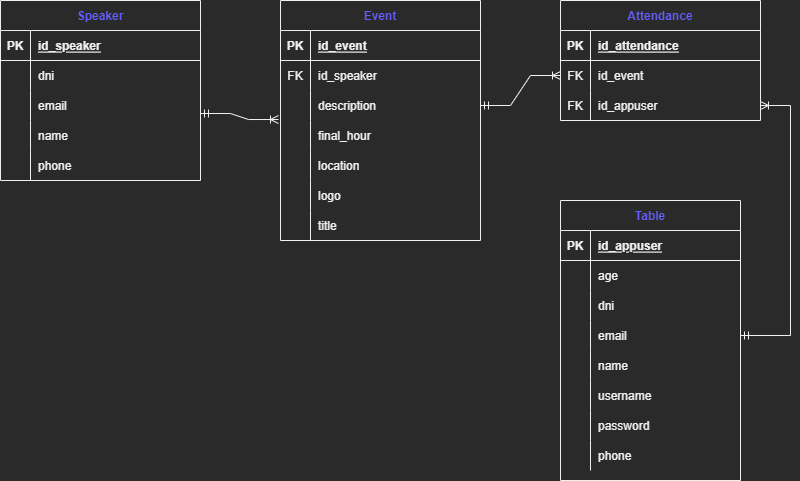
This is Otros/DB/Diagrama relacional.drawio.png from JuanAlbertoTrujilloCarballo/ProyectoIndividual, a draw.io export, as it was before one commit. Source tidied: cells renumbered, new cells last; positions are measured from the earlier drawing's top-left corner, leaving out a move shared by most shapes.
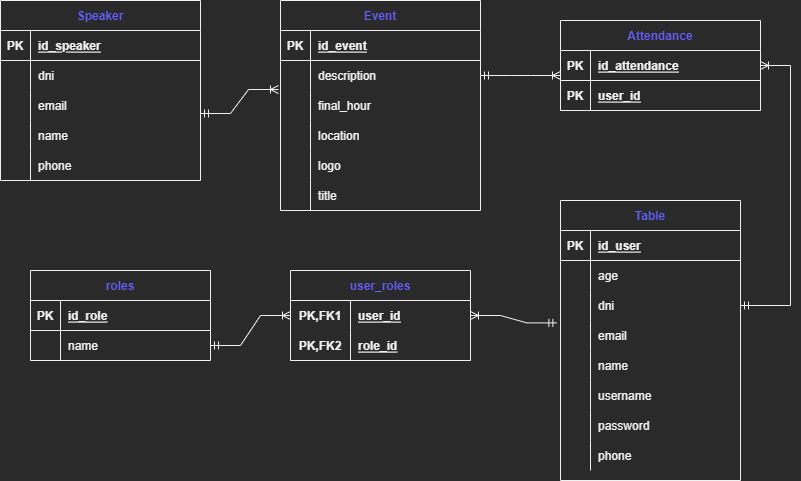
Later version of the same file.

Diff of the diagram source:
```diff
@@ -51,7 +51,7 @@
       <mxGeometry x="30" width="170" height="30" as="geometry" />
     </mxCell>
     <mxCell id="18" value="Event" style="shape=table;startSize=30;rowLines=0;fontStyle=1;align=center;fontColor=#645EFF;" parent="1" vertex="1">
-      <mxGeometry x="280" width="200" height="240" as="geometry" />
+      <mxGeometry x="280" width="200" height="210" as="geometry" />
     </mxCell>
     <mxCell id="19" style="shape=tableRow;horizontal=0;startSize=0;swimlaneHead=0;swimlaneBody=0;fillColor=none;top=0;left=0;right=0;bottom=1;fontColor=#F0F0F0;" parent="18" vertex="1">
       <mxGeometry y="30" width="200" height="30" as="geometry" />
@@ -62,17 +62,8 @@
     <mxCell id="21" value="id_event" style="shape=partialRectangle;fillColor=none;top=0;left=0;bottom=0;right=0;align=left;spacingLeft=6;fontStyle=5;overflow=hidden;fontColor=#F0F0F0;" parent="19" vertex="1">
       <mxGeometry x="30" width="170" height="30" as="geometry" />
     </mxCell>
-    <mxCell id="22" style="shape=tableRow;horizontal=0;startSize=0;swimlaneHead=0;swimlaneBody=0;fillColor=none;top=0;left=0;right=0;bottom=0;fontColor=#F0F0F0;" parent="18" vertex="1">
-      <mxGeometry y="60" width="200" height="30" as="geometry" />
-    </mxCell>
-    <mxCell id="23" value="FK" style="shape=partialRectangle;fillColor=none;top=0;left=0;bottom=0;right=0;fontStyle=0;overflow=hidden;fontColor=#F0F0F0;" parent="22" vertex="1">
-      <mxGeometry width="30" height="30" as="geometry" />
-    </mxCell>
-    <mxCell id="24" value="id_speaker" style="shape=partialRectangle;fillColor=none;top=0;left=0;bottom=0;right=0;align=left;spacingLeft=6;fontStyle=0;overflow=hidden;fontColor=#F0F0F0;" parent="22" vertex="1">
-      <mxGeometry x="30" width="170" height="30" as="geometry" />
-    </mxCell>
     <mxCell id="25" style="shape=tableRow;horizontal=0;startSize=0;swimlaneHead=0;swimlaneBody=0;fillColor=none;points=[[0,0.5],[1,0.5]];portConstraint=eastwest;top=0;left=0;right=0;bottom=0;fontColor=#F0F0F0;" parent="18" vertex="1">
-      <mxGeometry y="90" width="200" height="30" as="geometry" />
+      <mxGeometry y="60" width="200" height="30" as="geometry" />
     </mxCell>
     <mxCell id="26" style="shape=partialRectangle;fillColor=none;top=0;left=0;bottom=0;right=0;overflow=hidden;fontColor=#F0F0F0;" parent="25" vertex="1">
       <mxGeometry width="30" height="30" as="geometry" />
@@ -81,7 +72,7 @@
       <mxGeometry x="30" width="170" height="30" as="geometry" />
     </mxCell>
     <mxCell id="28" style="shape=tableRow;horizontal=0;startSize=0;swimlaneHead=0;swimlaneBody=0;fillColor=none;points=[[0,0.5],[1,0.5]];portConstraint=eastwest;top=0;left=0;right=0;bottom=0;fontColor=#F0F0F0;" parent="18" vertex="1">
-      <mxGeometry y="120" width="200" height="30" as="geometry" />
+      <mxGeometry y="90" width="200" height="30" as="geometry" />
     </mxCell>
     <mxCell id="29" style="shape=partialRectangle;fillColor=none;top=0;left=0;bottom=0;right=0;overflow=hidden;fontColor=#F0F0F0;" parent="28" vertex="1">
       <mxGeometry width="30" height="30" as="geometry" />
@@ -90,7 +81,7 @@
       <mxGeometry x="30" width="170" height="30" as="geometry" />
     </mxCell>
     <mxCell id="31" style="shape=tableRow;horizontal=0;startSize=0;swimlaneHead=0;swimlaneBody=0;fillColor=none;top=0;left=0;right=0;bottom=0;fontColor=#F0F0F0;" parent="18" vertex="1">
-      <mxGeometry y="150" width="200" height="30" as="geometry" />
+      <mxGeometry y="120" width="200" height="30" as="geometry" />
     </mxCell>
     <mxCell id="32" style="shape=partialRectangle;fillColor=none;top=0;left=0;bottom=0;right=0;overflow=hidden;fontColor=#F0F0F0;" parent="31" vertex="1">
       <mxGeometry width="30" height="30" as="geometry" />
@@ -99,7 +90,7 @@
       <mxGeometry x="30" width="170" height="30" as="geometry" />
     </mxCell>
     <mxCell id="34" style="shape=tableRow;horizontal=0;startSize=0;swimlaneHead=0;swimlaneBody=0;fillColor=none;top=0;left=0;right=0;bottom=0;fontColor=#F0F0F0;" parent="18" vertex="1">
-      <mxGeometry y="180" width="200" height="30" as="geometry" />
+      <mxGeometry y="150" width="200" height="30" as="geometry" />
     </mxCell>
     <mxCell id="35" style="shape=partialRectangle;fillColor=none;top=0;left=0;bottom=0;right=0;overflow=hidden;fontColor=#F0F0F0;" parent="34" vertex="1">
       <mxGeometry width="30" height="30" as="geometry" />
@@ -108,7 +99,7 @@
       <mxGeometry x="30" width="170" height="30" as="geometry" />
     </mxCell>
     <mxCell id="37" style="shape=tableRow;horizontal=0;startSize=0;swimlaneHead=0;swimlaneBody=0;fillColor=none;top=0;left=0;right=0;bottom=0;fontColor=#F0F0F0;" parent="18" vertex="1">
-      <mxGeometry y="210" width="200" height="30" as="geometry" />
+      <mxGeometry y="180" width="200" height="30" as="geometry" />
     </mxCell>
     <mxCell id="38" style="shape=partialRectangle;fillColor=none;top=0;left=0;bottom=0;right=0;overflow=hidden;fontColor=#F0F0F0;" parent="37" vertex="1">
       <mxGeometry width="30" height="30" as="geometry" />
@@ -117,7 +108,7 @@
       <mxGeometry x="30" width="170" height="30" as="geometry" />
     </mxCell>
     <mxCell id="40" value="Attendance" style="shape=table;startSize=30;rowLines=0;fontStyle=1;align=center;fontColor=#645EFF;" parent="1" vertex="1">
-      <mxGeometry x="560" width="200" height="120" as="geometry" />
+      <mxGeometry x="560" y="20" width="200" height="90" as="geometry" />
     </mxCell>
     <mxCell id="41" style="shape=tableRow;horizontal=0;startSize=0;swimlaneHead=0;swimlaneBody=0;fillColor=none;points=[[0,0.5],[1,0.5]];portConstraint=eastwest;top=0;left=0;right=0;bottom=1;fontColor=#F0F0F0;" parent="40" vertex="1">
       <mxGeometry y="30" width="200" height="30" as="geometry" />
@@ -128,24 +119,15 @@
     <mxCell id="43" value="id_attendance" style="shape=partialRectangle;fillColor=none;top=0;left=0;bottom=0;right=0;align=left;spacingLeft=6;fontStyle=5;overflow=hidden;fontColor=#F0F0F0;" parent="41" vertex="1">
       <mxGeometry x="30" width="170" height="30" as="geometry" />
     </mxCell>
-    <mxCell id="44" style="shape=tableRow;horizontal=0;startSize=0;swimlaneHead=0;swimlaneBody=0;fillColor=none;points=[[0,0.5],[1,0.5]];portConstraint=eastwest;top=0;left=0;right=0;bottom=0;fontColor=#645EFF;" parent="40" vertex="1">
-      <mxGeometry y="60" width="200" height="30" as="geometry" />
-    </mxCell>
-    <mxCell id="45" value="FK" style="shape=partialRectangle;fillColor=none;top=0;left=0;bottom=0;right=0;fontStyle=0;overflow=hidden;fontColor=default;" parent="44" vertex="1">
-      <mxGeometry width="30" height="30" as="geometry" />
-    </mxCell>
-    <mxCell id="46" value="id_event" style="shape=partialRectangle;fillColor=none;top=0;left=0;bottom=0;right=0;align=left;spacingLeft=6;fontStyle=0;overflow=hidden;fontColor=#F0F0F0;" parent="44" vertex="1">
-      <mxGeometry x="30" width="170" height="30" as="geometry" />
-    </mxCell>
-    <mxCell id="47" style="shape=tableRow;horizontal=0;startSize=0;swimlaneHead=0;swimlaneBody=0;fillColor=none;points=[[0,0.5],[1,0.5]];portConstraint=eastwest;top=0;left=0;right=0;bottom=0;fontColor=#645EFF;" parent="40" vertex="1">
-      <mxGeometry y="90" width="200" height="30" as="geometry" />
-    </mxCell>
-    <mxCell id="48" value="FK" style="shape=partialRectangle;fillColor=none;top=0;left=0;bottom=0;right=0;fontStyle=0;overflow=hidden;fontColor=default;" parent="47" vertex="1">
-      <mxGeometry width="30" height="30" as="geometry" />
-    </mxCell>
-    <mxCell id="49" value="id_appuser" style="shape=partialRectangle;fillColor=none;top=0;left=0;bottom=0;right=0;align=left;spacingLeft=6;fontStyle=0;overflow=hidden;fontColor=#F0F0F0;" parent="47" vertex="1">
-      <mxGeometry x="30" width="170" height="30" as="geometry" />
-    </mxCell>
+    <mxCell id="78" style="shape=tableRow;horizontal=0;startSize=0;swimlaneHead=0;swimlaneBody=0;fillColor=none;top=0;left=0;right=0;bottom=1;" parent="40" vertex="1">
+      <mxGeometry y="60" width="200" height="30" as="geometry" />
+    </mxCell>
+    <mxCell id="79" value="PK" style="shape=partialRectangle;fillColor=none;top=0;left=0;bottom=0;right=0;fontStyle=1;overflow=hidden;" parent="78" vertex="1">
+      <mxGeometry width="30" height="30" as="geometry" />
+    </mxCell>
+    <mxCell id="80" value="user_id" style="shape=partialRectangle;fillColor=none;top=0;left=0;bottom=0;right=0;align=left;spacingLeft=6;fontStyle=5;overflow=hidden;" parent="78" vertex="1">
+      <mxGeometry x="30" width="170" height="30" as="geometry" />
+    </mxCell>
     <mxCell id="50" value="Table" style="shape=table;startSize=30;rowLines=0;fontStyle=1;align=center;fontColor=#645EFF;" parent="1" vertex="1">
       <mxGeometry x="560" y="200" width="180" height="280" as="geometry" />
     </mxCell>
@@ -155,7 +137,7 @@
     <mxCell id="52" value="PK" style="shape=partialRectangle;fillColor=none;top=0;left=0;bottom=0;right=0;fontStyle=1;overflow=hidden;fontColor=default;" parent="51" vertex="1">
       <mxGeometry width="30" height="30" as="geometry" />
     </mxCell>
-    <mxCell id="53" value="id_appuser" style="shape=partialRectangle;fillColor=none;top=0;left=0;bottom=0;right=0;align=left;spacingLeft=6;fontStyle=5;overflow=hidden;fontColor=default;" parent="51" vertex="1">
+    <mxCell id="53" value="id_user" style="shape=partialRectangle;fillColor=none;top=0;left=0;bottom=0;right=0;align=left;spacingLeft=6;fontStyle=5;overflow=hidden;fontColor=default;" parent="51" vertex="1">
       <mxGeometry x="30" width="150" height="30" as="geometry" />
     </mxCell>
     <mxCell id="54" style="shape=tableRow;horizontal=0;startSize=0;swimlaneHead=0;swimlaneBody=0;fillColor=none;top=0;left=0;right=0;bottom=0;fontColor=default;" parent="50" vertex="1">
@@ -221,14 +203,64 @@
     <mxCell id="74" value="phone" style="shape=partialRectangle;fillColor=none;top=0;left=0;bottom=0;right=0;align=left;spacingLeft=6;overflow=hidden;fontColor=default;" parent="72" vertex="1">
       <mxGeometry x="30" width="150" height="30" as="geometry" />
     </mxCell>
-    <mxCell id="75" style="edgeStyle=entityRelationEdgeStyle;fontSize=12;html=1;endArrow=ERoneToMany;startArrow=ERmandOne;rounded=0;exitX=1;exitY=0.5;exitDx=0;exitDy=0;" parent="1" edge="1" source="60" target="47">
-      <mxGeometry relative="1" as="geometry" />
-    </mxCell>
-    <mxCell id="76" style="edgeStyle=entityRelationEdgeStyle;fontSize=12;html=1;endArrow=ERoneToMany;startArrow=ERmandOne;rounded=0;entryX=0;entryY=0.5;entryDx=0;entryDy=0;exitX=1;exitY=0.5;exitDx=0;exitDy=0;" parent="1" edge="1" source="25" target="44">
-      <mxGeometry relative="1" as="geometry" />
+    <mxCell id="76" style="edgeStyle=entityRelationEdgeStyle;fontSize=12;html=1;endArrow=ERoneToMany;startArrow=ERmandOne;rounded=0;entryX=0;entryY=0.5;entryDx=0;entryDy=0;exitX=1;exitY=0.5;exitDx=0;exitDy=0;" parent="1" edge="1" source="25">
+      <mxGeometry relative="1" as="geometry">
+        <mxPoint x="560" y="75" as="targetPoint" />
+      </mxGeometry>
     </mxCell>
     <mxCell id="77" style="edgeStyle=entityRelationEdgeStyle;fontSize=12;html=1;endArrow=ERoneToMany;startArrow=ERmandOne;rounded=0;entryX=-0.01;entryY=-0.033;entryDx=0;entryDy=0;entryPerimeter=0;exitX=1;exitY=0.767;exitDx=0;exitDy=0;exitPerimeter=0;" parent="1" edge="1" source="9" target="28">
       <mxGeometry relative="1" as="geometry" />
     </mxCell>
+    <mxCell id="81" style="edgeStyle=entityRelationEdgeStyle;fontSize=12;html=1;endArrow=ERoneToMany;startArrow=ERmandOne;rounded=0;exitX=1;exitY=0.5;exitDx=0;exitDy=0;" parent="1" edge="1" source="57" target="41">
+      <mxGeometry relative="1" as="geometry" />
+    </mxCell>
+    <mxCell id="82" value="user_roles" style="shape=table;startSize=30;rowLines=0;fontStyle=1;align=center;fontColor=#645EFF;" parent="1" vertex="1">
+      <mxGeometry x="290" y="270" width="180" height="90" as="geometry" />
+    </mxCell>
+    <mxCell id="83" style="shape=tableRow;horizontal=0;startSize=0;swimlaneHead=0;swimlaneBody=0;fillColor=none;points=[[0,0.5],[1,0.5]];portConstraint=eastwest;top=0;left=0;right=0;bottom=0;" parent="82" vertex="1">
+      <mxGeometry y="30" width="180" height="30" as="geometry" />
+    </mxCell>
+    <mxCell id="84" value="PK,FK1" style="shape=partialRectangle;fillColor=none;top=0;left=0;bottom=0;right=0;fontStyle=1;overflow=hidden;" parent="83" vertex="1">
+      <mxGeometry width="60" height="30" as="geometry" />
+    </mxCell>
+    <mxCell id="85" value="user_id" style="shape=partialRectangle;fillColor=none;top=0;left=0;bottom=0;right=0;align=left;spacingLeft=6;fontStyle=5;overflow=hidden;fontColor=#F0F0F0;" parent="83" vertex="1">
+      <mxGeometry x="60" width="120" height="30" as="geometry" />
+    </mxCell>
+    <mxCell id="86" style="shape=tableRow;horizontal=0;startSize=0;swimlaneHead=0;swimlaneBody=0;fillColor=none;top=0;left=0;right=0;bottom=1;" parent="82" vertex="1">
+      <mxGeometry y="60" width="180" height="30" as="geometry" />
+    </mxCell>
+    <mxCell id="87" value="PK,FK2" style="shape=partialRectangle;fillColor=none;top=0;left=0;bottom=0;right=0;fontStyle=1;overflow=hidden;" parent="86" vertex="1">
+      <mxGeometry width="60" height="30" as="geometry" />
+    </mxCell>
+    <mxCell id="88" value="role_id" style="shape=partialRectangle;fillColor=none;top=0;left=0;bottom=0;right=0;align=left;spacingLeft=6;fontStyle=5;overflow=hidden;" parent="86" vertex="1">
+      <mxGeometry x="60" width="120" height="30" as="geometry" />
+    </mxCell>
+    <mxCell id="89" style="edgeStyle=entityRelationEdgeStyle;fontSize=12;html=1;endArrow=ERoneToMany;startArrow=ERmandOne;rounded=0;fontColor=#645EFF;exitX=-0.02;exitY=0.08;exitDx=0;exitDy=0;exitPerimeter=0;entryX=1;entryY=0.5;entryDx=0;entryDy=0;" parent="1" edge="1" source="60" target="83">
+      <mxGeometry relative="1" as="geometry" />
+    </mxCell>
+    <mxCell id="90" value="roles" style="shape=table;startSize=30;rowLines=0;fontStyle=1;align=center;fontColor=#645EFF;" parent="1" vertex="1">
+      <mxGeometry x="30" y="270" width="180" height="90" as="geometry" />
+    </mxCell>
+    <mxCell id="91" style="shape=tableRow;horizontal=0;startSize=0;swimlaneHead=0;swimlaneBody=0;fillColor=none;top=0;left=0;right=0;bottom=1;fontColor=#645EFF;" parent="90" vertex="1">
+      <mxGeometry y="30" width="180" height="30" as="geometry" />
+    </mxCell>
+    <mxCell id="92" value="PK" style="shape=partialRectangle;fillColor=none;top=0;left=0;bottom=0;right=0;fontStyle=1;overflow=hidden;fontColor=#F0F0F0;" parent="91" vertex="1">
+      <mxGeometry width="30" height="30" as="geometry" />
+    </mxCell>
+    <mxCell id="93" value="id_role" style="shape=partialRectangle;fillColor=none;top=0;left=0;bottom=0;right=0;align=left;spacingLeft=6;fontStyle=5;overflow=hidden;fontColor=#F0F0F0;" parent="91" vertex="1">
+      <mxGeometry x="30" width="150" height="30" as="geometry" />
+    </mxCell>
+    <mxCell id="94" style="shape=tableRow;horizontal=0;startSize=0;swimlaneHead=0;swimlaneBody=0;fillColor=none;points=[[0,0.5],[1,0.5]];portConstraint=eastwest;top=0;left=0;right=0;bottom=0;fontColor=#645EFF;" parent="90" vertex="1">
+      <mxGeometry y="60" width="180" height="30" as="geometry" />
+    </mxCell>
+    <mxCell id="95" style="shape=partialRectangle;fillColor=none;top=0;left=0;bottom=0;right=0;overflow=hidden;fontColor=#645EFF;" parent="94" vertex="1">
+      <mxGeometry width="30" height="30" as="geometry" />
+    </mxCell>
+    <mxCell id="96" value="name" style="shape=partialRectangle;fillColor=none;top=0;left=0;bottom=0;right=0;align=left;spacingLeft=6;overflow=hidden;fontColor=#F0F0F0;" parent="94" vertex="1">
+      <mxGeometry x="30" width="150" height="30" as="geometry" />
+    </mxCell>
+    <mxCell id="97" style="edgeStyle=entityRelationEdgeStyle;fontSize=12;html=1;endArrow=ERoneToMany;startArrow=ERmandOne;rounded=0;fontColor=#645EFF;exitX=1;exitY=0.5;exitDx=0;exitDy=0;entryX=0;entryY=0.5;entryDx=0;entryDy=0;" parent="1" edge="1" source="94" target="83">
+      <mxGeometry relative="1" as="geometry" />
+    </mxCell>
   </root>
 </mxGraphModel>
```
